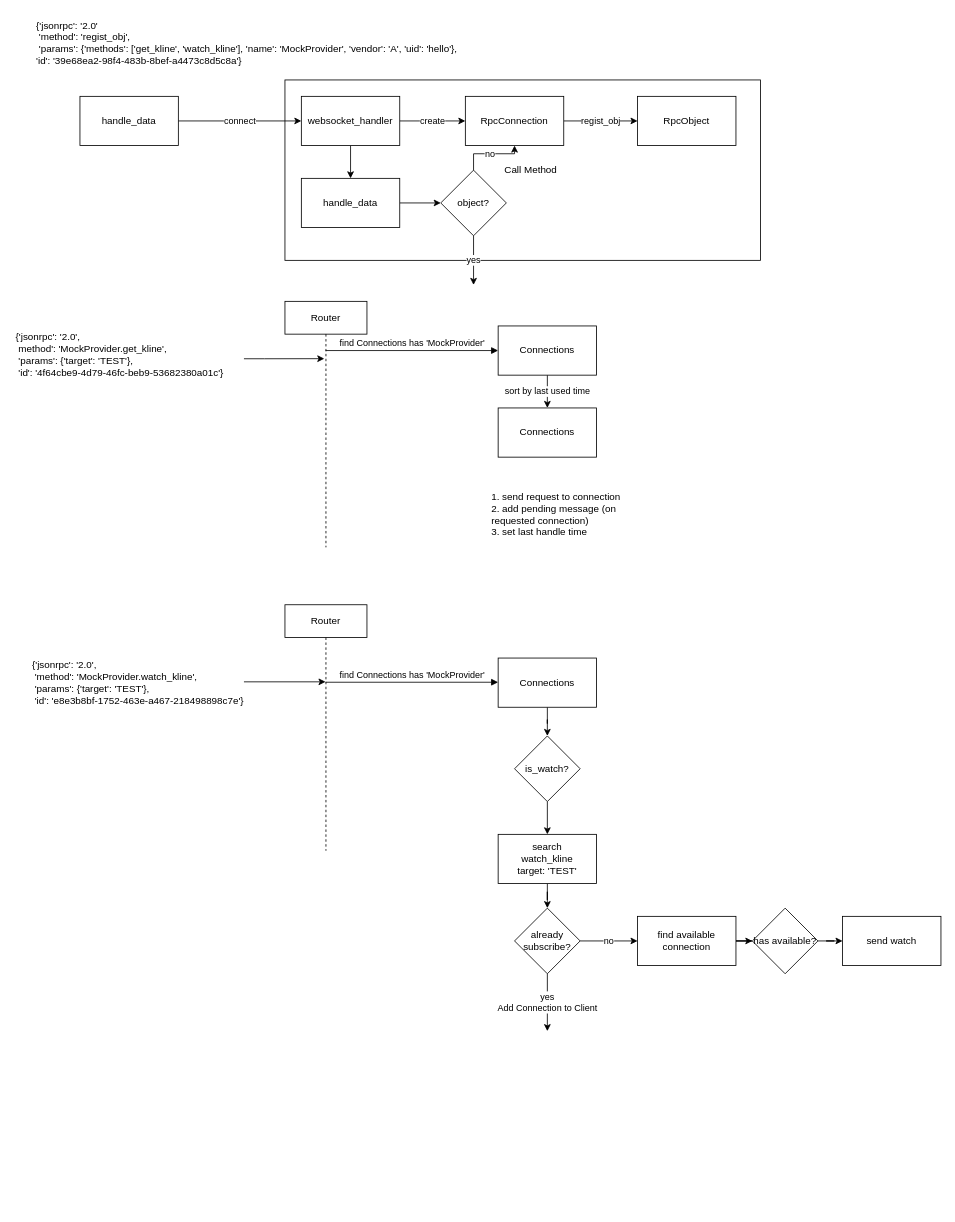
The draw.io diagram router.drawio in nnnlife/diagrams, before the edit. Source tidied: cells renumbered, new cells numbered last; positions are measured from the earlier drawing's top-left corner, leaving out a move shared by most shapes. Both pictures are drawn from the tidied source at 82%, with x=0, y=0 at pixel (14, 14).
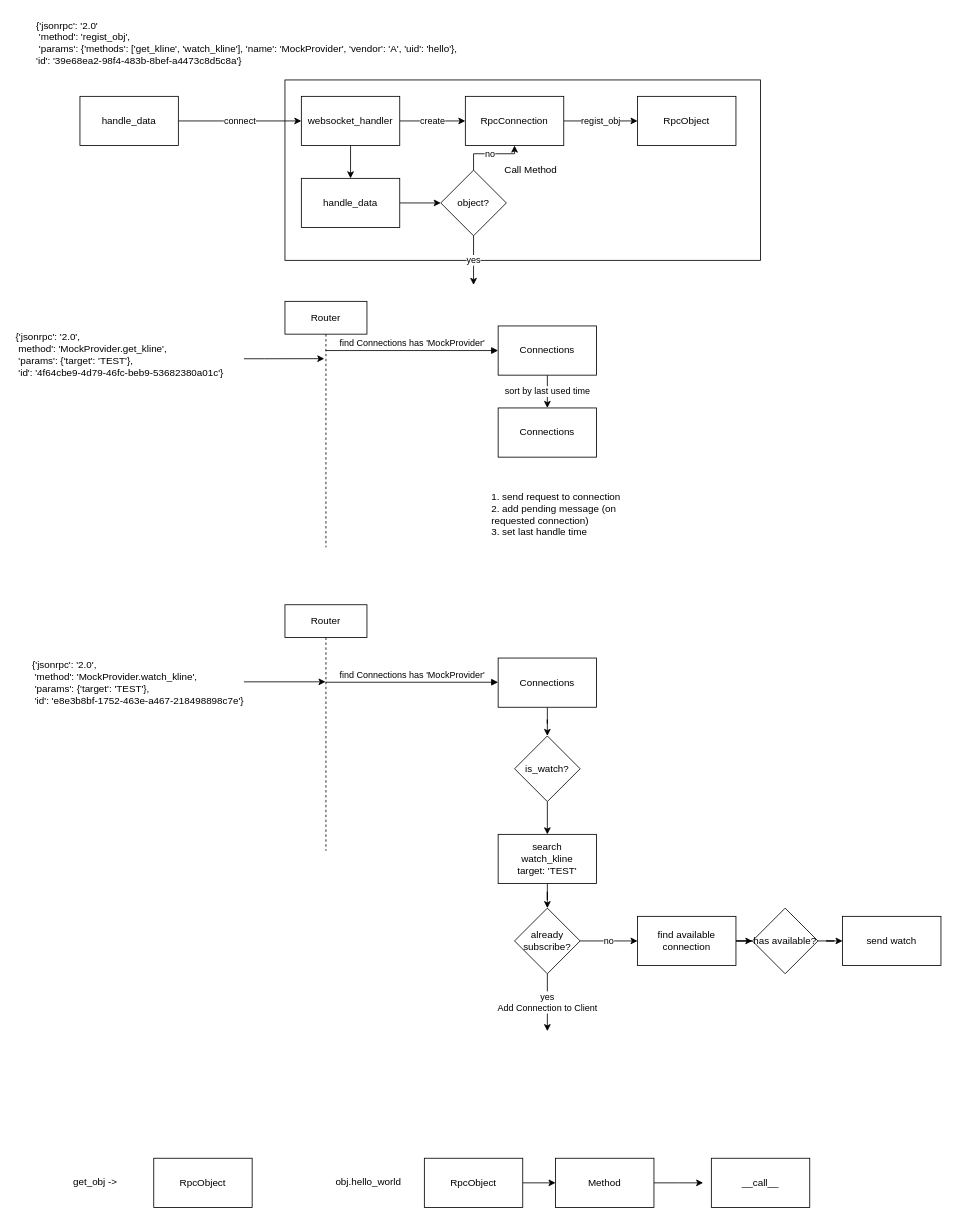
The same diagram, later.

Diff of the diagram source:
```diff
@@
+    <mxCell id="44" value="get_obj -&amp;gt;&amp;nbsp;" style="text;whiteSpace=wrap;html=1;" parent="1" vertex="1">
+      <mxGeometry x="70" y="1410" width="60" height="30" as="geometry" />
+    </mxCell>
+    <mxCell id="45" value="RpcObject" style="rounded=0;whiteSpace=wrap;html=1;" parent="1" vertex="1">
+      <mxGeometry x="170" y="1395" width="120" height="60" as="geometry" />
+    </mxCell>
+    <mxCell id="46" value="obj.hello_world" style="text;whiteSpace=wrap;html=1;" parent="1" vertex="1">
+      <mxGeometry x="390" y="1410" width="130" height="30" as="geometry" />
+    </mxCell>
+    <mxCell id="47" style="edgeStyle=orthogonalEdgeStyle;rounded=0;jettySize=auto;html=1;" parent="1" edge="1" source="48" target="50">
+      <mxGeometry relative="1" as="geometry" />
+    </mxCell>
+    <mxCell id="48" value="RpcObject" style="rounded=0;whiteSpace=wrap;html=1;" parent="1" vertex="1">
+      <mxGeometry x="500" y="1395" width="120" height="60" as="geometry" />
+    </mxCell>
+    <mxCell id="49" style="edgeStyle=orthogonalEdgeStyle;rounded=0;jettySize=auto;html=1;" parent="1" edge="1" source="50">
+      <mxGeometry relative="1" as="geometry">
+        <mxPoint x="840" y="1425" as="targetPoint" />
+      </mxGeometry>
+    </mxCell>
+    <mxCell id="50" value="Method" style="rounded=0;whiteSpace=wrap;html=1;" parent="1" vertex="1">
+      <mxGeometry x="660" y="1395" width="120" height="60" as="geometry" />
+    </mxCell>
+    <mxCell id="51" value="__call__" style="rounded=0;whiteSpace=wrap;html=1;" parent="1" vertex="1">
+      <mxGeometry x="850" y="1395" width="120" height="60" as="geometry" />
+    </mxCell>
```
